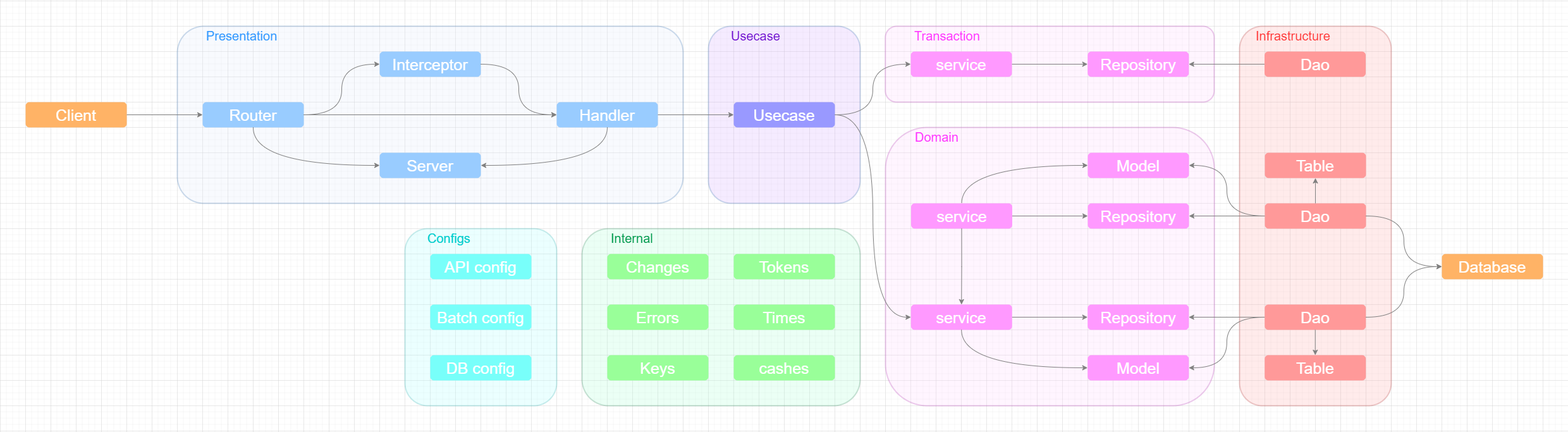
The draw.io diagram docs/file/architecture.drawio.png in game-core/gocrafter, before a commit. Source tidied: cells renumbered, new cells last; positions are measured from the earlier drawing's top-left corner, leaving out a move shared by most shapes.
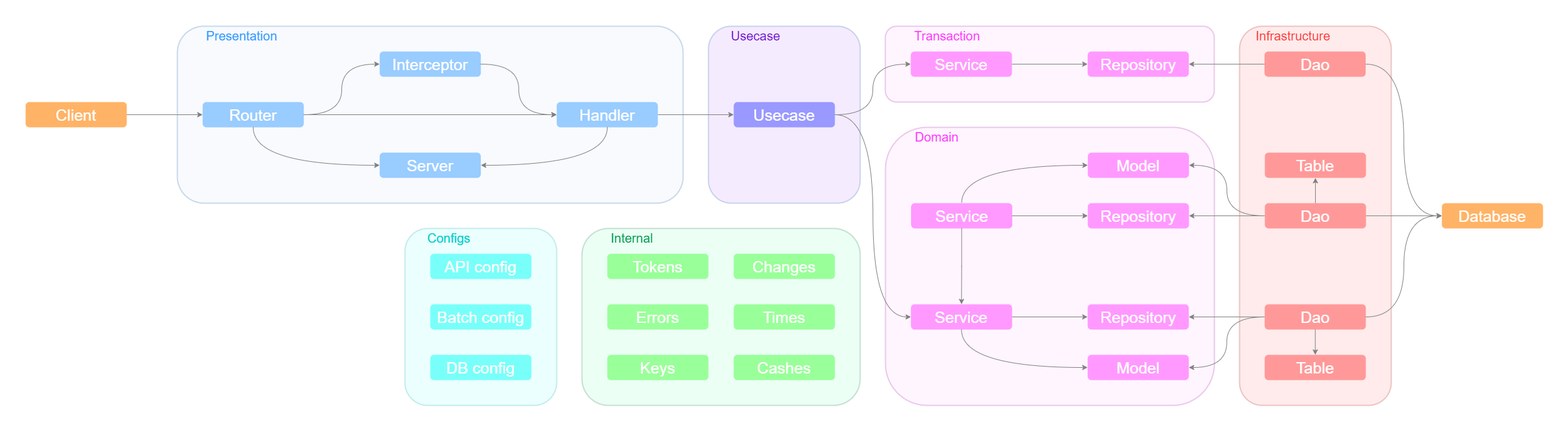
Above is the later version.

The edit, as a diff of the source:
```diff
@@ -35,7 +35,7 @@
     <mxCell id="12" value="&lt;font color=&quot;#ffffff&quot; style=&quot;font-size: 25px;&quot;&gt;Usecase&lt;/font&gt;" style="rounded=1;whiteSpace=wrap;html=1;fillColor=#9999FF;strokeColor=none;" parent="1" vertex="1">
       <mxGeometry x="1120" y="120" width="160" height="40" as="geometry" />
     </mxCell>
-    <mxCell id="13" value="&lt;font color=&quot;#ffffff&quot; style=&quot;font-size: 25px;&quot;&gt;service&lt;/font&gt;" style="rounded=1;whiteSpace=wrap;html=1;fillColor=#FF99FF;strokeColor=none;" parent="1" vertex="1">
+    <mxCell id="13" value="&lt;font color=&quot;#ffffff&quot; style=&quot;font-size: 25px;&quot;&gt;Service&lt;/font&gt;" style="rounded=1;whiteSpace=wrap;html=1;fillColor=#FF99FF;strokeColor=none;" parent="1" vertex="1">
       <mxGeometry x="1400.5" y="280" width="160" height="40" as="geometry" />
     </mxCell>
     <mxCell id="14" value="&lt;font color=&quot;#ffffff&quot; style=&quot;font-size: 25px;&quot;&gt;Repository&lt;/font&gt;" style="rounded=1;whiteSpace=wrap;html=1;fillColor=#FF99FF;strokeColor=none;" parent="1" vertex="1">
@@ -65,7 +65,7 @@
     <mxCell id="22" style="endArrow=none;startArrow=classic;html=1;rounded=0;edgeStyle=orthogonalEdgeStyle;curved=1;exitX=0;exitY=0.5;exitDx=0;exitDy=0;endFill=0;strokeColor=#808080;" parent="1" edge="1" source="15" target="13">
       <mxGeometry relative="1" as="geometry" />
     </mxCell>
-    <mxCell id="23" value="&lt;font color=&quot;#ffffff&quot; style=&quot;font-size: 25px;&quot;&gt;service&lt;/font&gt;" style="rounded=1;whiteSpace=wrap;html=1;fillColor=#FF99FF;strokeColor=none;" parent="1" vertex="1">
+    <mxCell id="23" value="&lt;font color=&quot;#ffffff&quot; style=&quot;font-size: 25px;&quot;&gt;Service&lt;/font&gt;" style="rounded=1;whiteSpace=wrap;html=1;fillColor=#FF99FF;strokeColor=none;" parent="1" vertex="1">
       <mxGeometry x="1400.2" y="440" width="160" height="40" as="geometry" />
     </mxCell>
     <mxCell id="24" value="&lt;font color=&quot;#ffffff&quot; style=&quot;font-size: 25px;&quot;&gt;Repository&lt;/font&gt;" style="rounded=1;whiteSpace=wrap;html=1;fillColor=#FF99FF;strokeColor=none;" parent="1" vertex="1">
@@ -120,7 +120,7 @@
       <mxGeometry relative="1" as="geometry" />
     </mxCell>
     <mxCell id="41" value="&lt;font color=&quot;#ffffff&quot; style=&quot;font-size: 25px;&quot;&gt;Database&lt;/font&gt;" style="rounded=1;whiteSpace=wrap;html=1;fillColor=#FFB366;strokeColor=none;" parent="1" vertex="1">
-      <mxGeometry x="2240" y="360" width="160" height="40" as="geometry" />
+      <mxGeometry x="2240" y="280" width="160" height="40" as="geometry" />
     </mxCell>
     <mxCell id="42" value="&lt;font color=&quot;#ffffff&quot; style=&quot;font-size: 25px;&quot;&gt;Client&lt;/font&gt;" style="rounded=1;whiteSpace=wrap;html=1;fillColor=#FFB366;strokeColor=none;" parent="1" vertex="1">
       <mxGeometry y="120" width="160" height="40" as="geometry" />
@@ -140,7 +140,7 @@
     <mxCell id="47" style="endArrow=none;startArrow=classic;html=1;rounded=0;edgeStyle=orthogonalEdgeStyle;curved=1;entryX=1;entryY=0.5;entryDx=0;entryDy=0;exitX=0;exitY=0.5;exitDx=0;exitDy=0;endFill=0;strokeColor=#808080;" parent="1" edge="1" source="8" target="42">
       <mxGeometry relative="1" as="geometry" />
     </mxCell>
-    <mxCell id="48" value="&lt;font color=&quot;#ffffff&quot; style=&quot;font-size: 25px;&quot;&gt;service&lt;/font&gt;" style="rounded=1;whiteSpace=wrap;html=1;fillColor=#FF99FF;strokeColor=none;" parent="1" vertex="1">
+    <mxCell id="48" value="&lt;font color=&quot;#ffffff&quot; style=&quot;font-size: 25px;&quot;&gt;Service&lt;/font&gt;" style="rounded=1;whiteSpace=wrap;html=1;fillColor=#FF99FF;strokeColor=none;" parent="1" vertex="1">
       <mxGeometry x="1400" y="40" width="160" height="40" as="geometry" />
     </mxCell>
     <mxCell id="49" value="&lt;font color=&quot;#ffffff&quot; style=&quot;font-size: 25px;&quot;&gt;Repository&lt;/font&gt;" style="rounded=1;whiteSpace=wrap;html=1;fillColor=#FF99FF;strokeColor=none;" parent="1" vertex="1">
@@ -171,7 +171,7 @@
       <mxGeometry x="920" y="320" width="170" height="30" as="geometry" />
     </mxCell>
     <mxCell id="58" value="&lt;font color=&quot;#ffffff&quot;&gt;&lt;span style=&quot;font-size: 25px;&quot;&gt;Changes&lt;/span&gt;&lt;/font&gt;" style="rounded=1;whiteSpace=wrap;html=1;fillColor=#99FF99;strokeColor=none;" parent="1" vertex="1">
-      <mxGeometry x="920" y="360" width="160" height="40" as="geometry" />
+      <mxGeometry x="1120" y="360" width="160" height="40" as="geometry" />
     </mxCell>
     <mxCell id="59" value="&lt;font color=&quot;#ffffff&quot;&gt;&lt;span style=&quot;font-size: 25px;&quot;&gt;Errors&lt;/span&gt;&lt;/font&gt;" style="rounded=1;whiteSpace=wrap;html=1;fillColor=#99FF99;strokeColor=none;" parent="1" vertex="1">
       <mxGeometry x="920" y="440" width="160" height="40" as="geometry" />
@@ -180,12 +180,12 @@
       <mxGeometry x="920" y="520" width="160" height="40" as="geometry" />
     </mxCell>
     <mxCell id="61" value="&lt;font color=&quot;#ffffff&quot;&gt;&lt;span style=&quot;font-size: 25px;&quot;&gt;Tokens&lt;/span&gt;&lt;/font&gt;" style="rounded=1;whiteSpace=wrap;html=1;fillColor=#99FF99;strokeColor=none;" parent="1" vertex="1">
-      <mxGeometry x="1120" y="360" width="160" height="40" as="geometry" />
+      <mxGeometry x="920" y="360" width="160" height="40" as="geometry" />
     </mxCell>
     <mxCell id="62" value="&lt;font color=&quot;#ffffff&quot;&gt;&lt;span style=&quot;font-size: 25px;&quot;&gt;Times&lt;/span&gt;&lt;/font&gt;" style="rounded=1;whiteSpace=wrap;html=1;fillColor=#99FF99;strokeColor=none;" parent="1" vertex="1">
       <mxGeometry x="1120" y="440" width="160" height="40" as="geometry" />
     </mxCell>
-    <mxCell id="63" value="&lt;font color=&quot;#ffffff&quot;&gt;&lt;span style=&quot;font-size: 25px;&quot;&gt;cashes&lt;br&gt;&lt;/span&gt;&lt;/font&gt;" style="rounded=1;whiteSpace=wrap;html=1;fillColor=#99FF99;strokeColor=none;" parent="1" vertex="1">
+    <mxCell id="63" value="&lt;font color=&quot;#ffffff&quot;&gt;&lt;span style=&quot;font-size: 25px;&quot;&gt;Cashes&lt;br&gt;&lt;/span&gt;&lt;/font&gt;" style="rounded=1;whiteSpace=wrap;html=1;fillColor=#99FF99;strokeColor=none;" parent="1" vertex="1">
       <mxGeometry x="1120" y="520" width="160" height="40" as="geometry" />
     </mxCell>
     <mxCell id="64" style="rounded=1;whiteSpace=wrap;html=1;fillStyle=auto;glass=0;fillColor=#99FFFF;strokeColor=#009999;opacity=20;strokeWidth=2;" parent="1" vertex="1">
@@ -203,5 +203,8 @@
     <mxCell id="68" value="&lt;font color=&quot;#ffffff&quot; style=&quot;font-size: 25px;&quot;&gt;DB config&lt;/font&gt;" style="rounded=1;whiteSpace=wrap;html=1;fillColor=#78FFFA;strokeColor=none;" parent="1" vertex="1">
       <mxGeometry x="640" y="520" width="160" height="40" as="geometry" />
     </mxCell>
+    <mxCell id="69" style="endArrow=none;startArrow=classic;html=1;rounded=0;edgeStyle=orthogonalEdgeStyle;curved=1;entryX=1;entryY=0.5;entryDx=0;entryDy=0;exitX=0;exitY=0.5;exitDx=0;exitDy=0;endFill=0;strokeColor=#808080;" parent="1" edge="1" source="41" target="50">
+      <mxGeometry relative="1" as="geometry" />
+    </mxCell>
   </root>
 </mxGraphModel>
```
